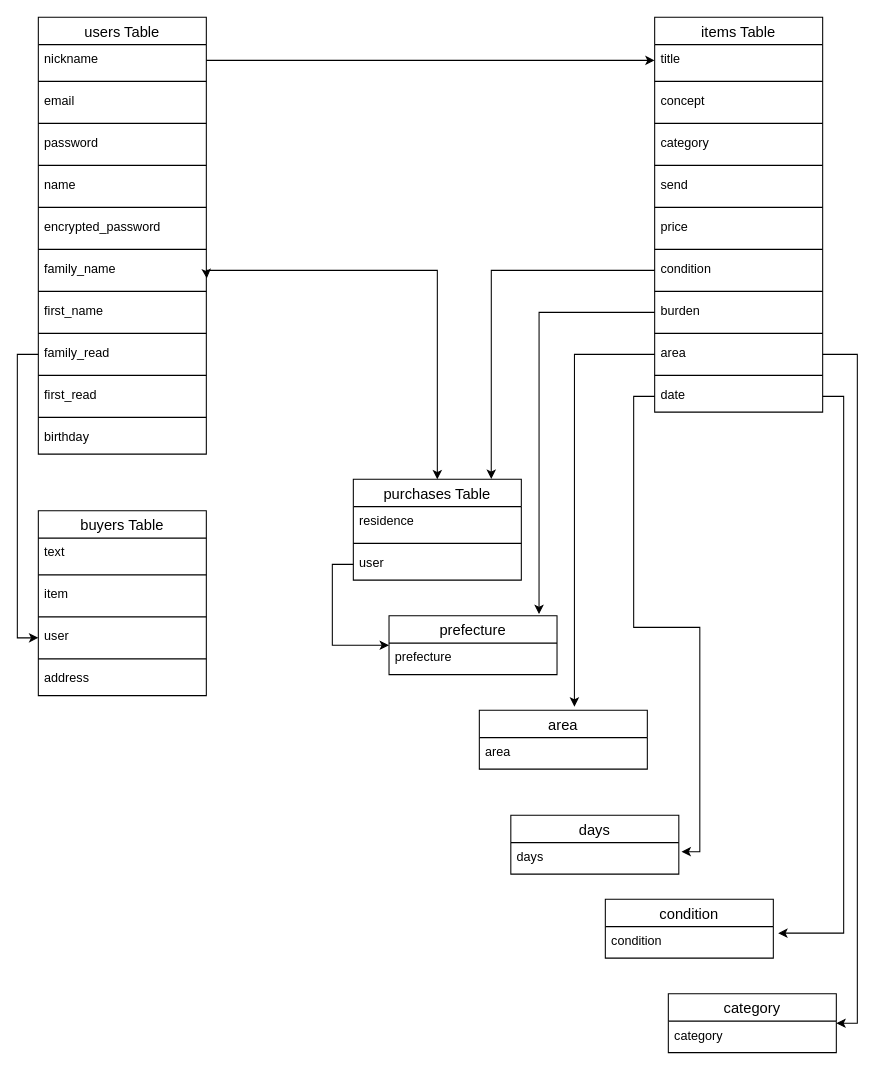
Before: test.dio in xingyoudeac/furima-34365, a draw.io diagram. Source tidied: cells renumbered, new cells numbered last; positions are measured from the earlier drawing's top-left corner, leaving out a move shared by most shapes. Both pictures are drawn from the tidied source at 105%, with x=0, y=0 at pixel (38, 17).
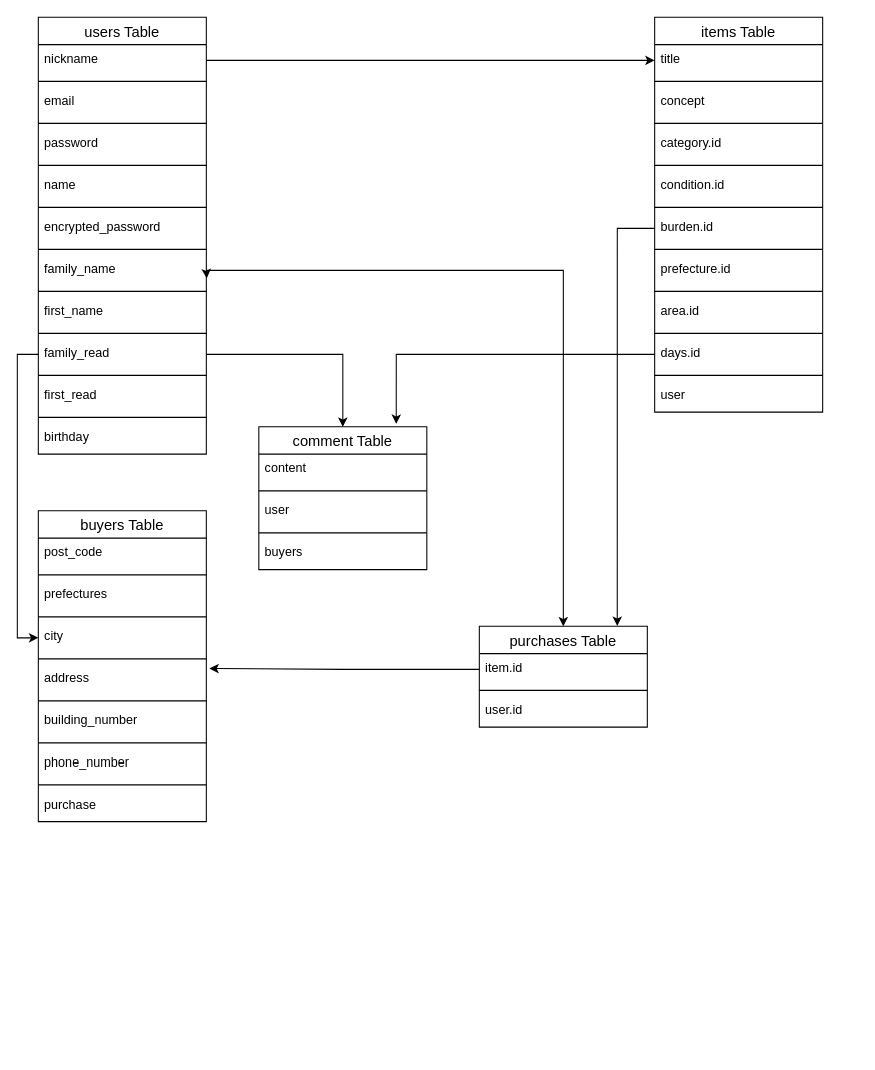
Above is the later version.

The change refers to these unchanged cells:
```xml
<mxCell id="17" value="family_read" style="text;strokeColor=none;fillColor=none;spacingLeft=4;spacingRight=4;overflow=hidden;points=[[0,0.5],[1,0.5]];portConstraint=eastwest;fontSize=12;" parent="2" vertex="1">
  <mxGeometry y="306" width="160" height="30" as="geometry" />
</mxCell>
<mxCell id="23" value="items Table" style="swimlane;fontStyle=0;horizontal=1;startSize=26;align=center;fontSize=14;" parent="1" vertex="1">
  <mxGeometry x="587" width="160" height="376" as="geometry" />
</mxCell>
<mxCell id="49" value="address" style="text;strokeColor=none;fillColor=none;spacingLeft=4;spacingRight=4;overflow=hidden;points=[[0,0.5],[1,0.5]];portConstraint=eastwest;fontSize=12;" parent="42" vertex="1">
  <mxGeometry y="146" width="160" height="30" as="geometry" />
</mxCell>
```

The edit, as a diff of the source:
```diff
@@
-    <mxCell id="28" value="category" style="text;strokeColor=none;fillColor=none;spacingLeft=4;spacingRight=4;overflow=hidden;fontSize=12;" parent="23" vertex="1">
+    <mxCell id="28" value="category.id" style="text;strokeColor=none;fillColor=none;spacingLeft=4;spacingRight=4;overflow=hidden;fontSize=12;" parent="23" vertex="1">
       <mxGeometry y="106" width="160" height="30" as="geometry" />
     </mxCell>
@@
-    <mxCell id="30" value="send" style="text;strokeColor=none;fillColor=none;spacingLeft=4;spacingRight=4;overflow=hidden;points=[[0,0.5],[1,0.5]];portConstraint=eastwest;fontSize=12;" parent="23" vertex="1">
-      <mxGeometry y="146" width="160" height="30" as="geometry" />
-    </mxCell>
-    <mxCell id="31" style="line;strokeWidth=1;dashed=0;labelPosition=right;align=left;verticalAlign=middle;spacingTop=0;spacingLeft=6;" parent="23" vertex="1">
-      <mxGeometry y="176" width="160" height="10" as="geometry" />
-    </mxCell>
-    <mxCell id="32" value="price" style="text;strokeColor=none;fillColor=none;spacingLeft=4;spacingRight=4;overflow=hidden;fontSize=12;" parent="23" vertex="1">
-      <mxGeometry y="186" width="160" height="30" as="geometry" />
+    <mxCell id="32" value="condition.id" style="text;strokeColor=none;fillColor=none;spacingLeft=4;spacingRight=4;overflow=hidden;fontSize=12;" parent="23" vertex="1">
+      <mxGeometry y="146" width="160" height="30" as="geometry" />
     </mxCell>
-    <mxCell id="33" style="edgeStyle=none;rounded=0;orthogonalLoop=1;jettySize=auto;html=1;exitX=0;exitY=0.5;exitDx=0;exitDy=0;entryX=0;entryY=0.5;entryDx=0;entryDy=0;startArrow=none;startFill=0;strokeColor=#f0f0f0;" parent="23" edge="1" source="30" target="30">
-      <mxGeometry relative="1" as="geometry" />
+    <mxCell id="33" style="edgeStyle=none;rounded=0;orthogonalLoop=1;jettySize=auto;html=1;exitX=0;exitY=0.5;exitDx=0;exitDy=0;entryX=0;entryY=0.5;entryDx=0;entryDy=0;startArrow=none;startFill=0;strokeColor=#f0f0f0;" parent="23" edge="1">
+      <mxGeometry relative="1" as="geometry">
+        <mxPoint y="161" as="sourcePoint" />
+        <mxPoint y="161" as="targetPoint" />
+      </mxGeometry>
     </mxCell>
     <mxCell id="34" style="line;strokeWidth=1;dashed=0;labelPosition=right;align=left;verticalAlign=middle;spacingTop=0;spacingLeft=6;" parent="23" vertex="1">
-      <mxGeometry y="216" width="160" height="10" as="geometry" />
+      <mxGeometry y="176" width="160" height="10" as="geometry" />
     </mxCell>
-    <mxCell id="35" value="condition" style="text;strokeColor=none;fillColor=none;spacingLeft=4;spacingRight=4;overflow=hidden;points=[[0,0.5],[1,0.5]];portConstraint=eastwest;fontSize=12;" parent="23" vertex="1">
-      <mxGeometry y="226" width="160" height="30" as="geometry" />
+    <mxCell id="35" value="burden.id" style="text;strokeColor=none;fillColor=none;spacingLeft=4;spacingRight=4;overflow=hidden;points=[[0,0.5],[1,0.5]];portConstraint=eastwest;fontSize=12;" parent="23" vertex="1">
+      <mxGeometry y="186" width="160" height="30" as="geometry" />
     </mxCell>
     <mxCell id="36" style="line;strokeWidth=1;dashed=0;labelPosition=right;align=left;verticalAlign=middle;spacingTop=0;spacingLeft=6;" parent="23" vertex="1">
-      <mxGeometry y="256" width="160" height="10" as="geometry" />
+      <mxGeometry y="216" width="160" height="10" as="geometry" />
     </mxCell>
-    <mxCell id="37" value="burden" style="text;strokeColor=none;fillColor=none;spacingLeft=4;spacingRight=4;overflow=hidden;points=[[0,0.5],[1,0.5]];portConstraint=eastwest;fontSize=12;" parent="23" vertex="1">
-      <mxGeometry y="266" width="160" height="30" as="geometry" />
+    <mxCell id="37" value="prefecture.id" style="text;strokeColor=none;fillColor=none;spacingLeft=4;spacingRight=4;overflow=hidden;points=[[0,0.5],[1,0.5]];portConstraint=eastwest;fontSize=12;" parent="23" vertex="1">
+      <mxGeometry y="226" width="160" height="30" as="geometry" />
     </mxCell>
     <mxCell id="38" style="line;strokeWidth=1;dashed=0;labelPosition=right;align=left;verticalAlign=middle;spacingTop=0;spacingLeft=6;" parent="23" vertex="1">
-      <mxGeometry y="296" width="160" height="10" as="geometry" />
+      <mxGeometry y="256" width="160" height="10" as="geometry" />
     </mxCell>
-    <mxCell id="39" value="area" style="text;strokeColor=none;fillColor=none;spacingLeft=4;spacingRight=4;overflow=hidden;points=[[0,0.5],[1,0.5]];portConstraint=eastwest;fontSize=12;" parent="23" vertex="1">
-      <mxGeometry y="306" width="160" height="30" as="geometry" />
+    <mxCell id="39" value="area.id" style="text;strokeColor=none;fillColor=none;spacingLeft=4;spacingRight=4;overflow=hidden;points=[[0,0.5],[1,0.5]];portConstraint=eastwest;fontSize=12;" parent="23" vertex="1">
+      <mxGeometry y="266" width="160" height="30" as="geometry" />
     </mxCell>
     <mxCell id="40" style="line;strokeWidth=1;dashed=0;labelPosition=right;align=left;verticalAlign=middle;spacingTop=0;spacingLeft=6;" parent="23" vertex="1">
-      <mxGeometry y="336" width="160" height="10" as="geometry" />
+      <mxGeometry y="296" width="160" height="10" as="geometry" />
     </mxCell>
-    <mxCell id="41" value="date" style="text;strokeColor=none;fillColor=none;spacingLeft=4;spacingRight=4;overflow=hidden;points=[[0,0.5],[1,0.5]];portConstraint=eastwest;fontSize=12;" parent="23" vertex="1">
-      <mxGeometry y="346" width="160" height="30" as="geometry" />
+    <mxCell id="41" value="days.id" style="text;strokeColor=none;fillColor=none;spacingLeft=4;spacingRight=4;overflow=hidden;points=[[0,0.5],[1,0.5]];portConstraint=eastwest;fontSize=12;" parent="23" vertex="1">
+      <mxGeometry y="306" width="160" height="30" as="geometry" />
     </mxCell>
+    <mxCell id="74" style="line;strokeWidth=1;dashed=0;labelPosition=right;align=left;verticalAlign=middle;spacingTop=0;spacingLeft=6;" parent="23" vertex="1">
+      <mxGeometry y="336" width="160" height="10" as="geometry" />
+    </mxCell>
+    <mxCell id="75" value="user" style="text;strokeColor=none;fillColor=none;spacingLeft=4;spacingRight=4;overflow=hidden;fontSize=12;" parent="23" vertex="1">
+      <mxGeometry y="346" width="160" height="30" as="geometry" />
+    </mxCell>
     <mxCell id="42" value="buyers Table" style="swimlane;fontStyle=0;horizontal=1;startSize=26;align=center;fontSize=14;" parent="1" vertex="1">
-      <mxGeometry y="470" width="160" height="176" as="geometry" />
+      <mxGeometry y="470" width="160" height="296" as="geometry" />
     </mxCell>
-    <mxCell id="43" value="text" style="text;strokeColor=none;fillColor=none;spacingLeft=4;spacingRight=4;overflow=hidden;fontSize=12;" parent="42" vertex="1">
+    <mxCell id="43" value="post_code" style="text;strokeColor=none;fillColor=none;spacingLeft=4;spacingRight=4;overflow=hidden;fontSize=12;" parent="42" vertex="1">
       <mxGeometry y="26" width="160" height="30" as="geometry" />
     </mxCell>
@@
-    <mxCell id="45" value="item" style="text;strokeColor=none;fillColor=none;spacingLeft=4;spacingRight=4;overflow=hidden;fontSize=12;" parent="42" vertex="1">
+    <mxCell id="45" value="prefectures" style="text;strokeColor=none;fillColor=none;spacingLeft=4;spacingRight=4;overflow=hidden;fontSize=12;" parent="42" vertex="1">
       <mxGeometry y="66" width="160" height="30" as="geometry" />
     </mxCell>
@@
-    <mxCell id="47" value="user" style="text;strokeColor=none;fillColor=none;spacingLeft=4;spacingRight=4;overflow=hidden;points=[[0,0.5],[1,0.5]];portConstraint=eastwest;fontSize=12;" parent="42" vertex="1">
+    <mxCell id="47" value="city" style="text;strokeColor=none;fillColor=none;spacingLeft=4;spacingRight=4;overflow=hidden;points=[[0,0.5],[1,0.5]];portConstraint=eastwest;fontSize=12;" parent="42" vertex="1">
       <mxGeometry y="106" width="160" height="30" as="geometry" />
     </mxCell>
@@
+    <mxCell id="31" style="line;strokeWidth=1;dashed=0;labelPosition=right;align=left;verticalAlign=middle;spacingTop=0;spacingLeft=6;" parent="42" vertex="1">
+      <mxGeometry y="176" width="160" height="10" as="geometry" />
+    </mxCell>
+    <mxCell id="76" value="building_number" style="text;strokeColor=none;fillColor=none;spacingLeft=4;spacingRight=4;overflow=hidden;fontSize=12;" parent="42" vertex="1">
+      <mxGeometry y="186" width="160" height="30" as="geometry" />
+    </mxCell>
+    <mxCell id="77" style="line;strokeWidth=1;dashed=0;labelPosition=right;align=left;verticalAlign=middle;spacingTop=0;spacingLeft=6;" parent="42" vertex="1">
+      <mxGeometry y="216" width="160" height="10" as="geometry" />
+    </mxCell>
+    <mxCell id="78" value="phone_number" style="text;strokeColor=none;fillColor=none;spacingLeft=4;spacingRight=4;overflow=hidden;fontSize=12;" parent="42" vertex="1">
+      <mxGeometry y="226" width="160" height="30" as="geometry" />
+    </mxCell>
+    <mxCell id="79" style="line;strokeWidth=1;dashed=0;labelPosition=right;align=left;verticalAlign=middle;spacingTop=0;spacingLeft=6;" parent="42" vertex="1">
+      <mxGeometry y="256" width="160" height="10" as="geometry" />
+    </mxCell>
+    <mxCell id="80" value="purchase" style="text;strokeColor=none;fillColor=none;spacingLeft=4;spacingRight=4;overflow=hidden;fontSize=12;" parent="42" vertex="1">
+      <mxGeometry y="266" width="160" height="30" as="geometry" />
+    </mxCell>
     <mxCell id="50" value="purchases Table" style="swimlane;fontStyle=0;horizontal=1;startSize=26;align=center;fontSize=14;" parent="1" vertex="1">
-      <mxGeometry x="300" y="440" width="160" height="96" as="geometry" />
+      <mxGeometry x="420" y="580" width="160" height="96" as="geometry" />
     </mxCell>
-    <mxCell id="51" value="residence" style="text;strokeColor=none;fillColor=none;spacingLeft=4;spacingRight=4;overflow=hidden;points=[[0,0.5],[1,0.5]];portConstraint=eastwest;fontSize=12;" parent="50" vertex="1">
+    <mxCell id="51" value="item.id" style="text;strokeColor=none;fillColor=none;spacingLeft=4;spacingRight=4;overflow=hidden;points=[[0,0.5],[1,0.5]];portConstraint=eastwest;fontSize=12;" parent="50" vertex="1">
       <mxGeometry y="26" width="160" height="30" as="geometry" />
     </mxCell>
@@
-    <mxCell id="53" value="user" style="text;strokeColor=none;fillColor=none;spacingLeft=4;spacingRight=4;overflow=hidden;points=[[0,0.5],[1,0.5]];portConstraint=eastwest;fontSize=12;" parent="50" vertex="1">
+    <mxCell id="53" value="user.id" style="text;strokeColor=none;fillColor=none;spacingLeft=4;spacingRight=4;overflow=hidden;points=[[0,0.5],[1,0.5]];portConstraint=eastwest;fontSize=12;" parent="50" vertex="1">
       <mxGeometry y="66" width="160" height="30" as="geometry" />
     </mxCell>
@@
-    <mxCell id="57" value="category" style="swimlane;fontStyle=0;horizontal=1;startSize=26;align=center;fontSize=14;" parent="1" vertex="1">
-      <mxGeometry x="600" y="930" width="160" height="56" as="geometry" />
-    </mxCell>
-    <mxCell id="58" value="category" style="text;strokeColor=none;fillColor=none;spacingLeft=4;spacingRight=4;overflow=hidden;fontSize=12;" parent="57" vertex="1">
-      <mxGeometry y="26" width="160" height="30" as="geometry" />
-    </mxCell>
-    <mxCell id="59" value="condition" style="swimlane;fontStyle=0;horizontal=1;startSize=26;align=center;fontSize=14;" parent="1" vertex="1">
-      <mxGeometry x="540" y="840" width="160" height="56" as="geometry" />
-    </mxCell>
-    <mxCell id="60" value="condition" style="text;strokeColor=none;fillColor=none;spacingLeft=4;spacingRight=4;overflow=hidden;points=[[0,0.5],[1,0.5]];portConstraint=eastwest;fontSize=12;" parent="59" vertex="1">
-      <mxGeometry y="26" width="160" height="30" as="geometry" />
-    </mxCell>
-    <mxCell id="61" value="area" style="swimlane;fontStyle=0;horizontal=1;startSize=26;align=center;fontSize=14;" parent="1" vertex="1">
-      <mxGeometry x="420" y="660" width="160" height="56" as="geometry" />
-    </mxCell>
-    <mxCell id="62" value="area" style="text;strokeColor=none;fillColor=none;spacingLeft=4;spacingRight=4;overflow=hidden;fontSize=12;" parent="61" vertex="1">
-      <mxGeometry y="26" width="160" height="30" as="geometry" />
-    </mxCell>
-    <mxCell id="63" value="days" style="swimlane;fontStyle=0;horizontal=1;startSize=26;align=center;fontSize=14;" parent="1" vertex="1">
-      <mxGeometry x="450" y="760" width="160" height="56" as="geometry" />
-    </mxCell>
-    <mxCell id="64" value="days" style="text;strokeColor=none;fillColor=none;spacingLeft=4;spacingRight=4;overflow=hidden;points=[[0,0.5],[1,0.5]];portConstraint=eastwest;fontSize=12;" parent="63" vertex="1">
-      <mxGeometry y="26" width="160" height="30" as="geometry" />
-    </mxCell>
-    <mxCell id="65" value="prefecture" style="swimlane;fontStyle=0;horizontal=1;startSize=26;align=center;fontSize=14;" parent="1" vertex="1">
-      <mxGeometry x="334" y="570" width="160" height="56" as="geometry" />
-    </mxCell>
-    <mxCell id="66" value="prefecture" style="text;strokeColor=none;fillColor=none;spacingLeft=4;spacingRight=4;overflow=hidden;fontSize=12;" parent="65" vertex="1">
-      <mxGeometry y="26" width="160" height="30" as="geometry" />
-    </mxCell>
-    <mxCell id="67" style="edgeStyle=orthogonalEdgeStyle;rounded=0;jettySize=auto;html=1;exitX=0;exitY=0.5;exitDx=0;exitDy=0;entryX=0.566;entryY=-0.061;entryDx=0;entryDy=0;entryPerimeter=0;" parent="1" edge="1" source="39" target="61">
-      <mxGeometry relative="1" as="geometry" />
-    </mxCell>
-    <mxCell id="68" style="edgeStyle=orthogonalEdgeStyle;rounded=0;jettySize=auto;html=1;exitX=0;exitY=0.5;exitDx=0;exitDy=0;entryX=1.016;entryY=0.287;entryDx=0;entryDy=0;entryPerimeter=0;" parent="1" edge="1" source="41" target="64">
-      <mxGeometry relative="1" as="geometry" />
-    </mxCell>
@@
-    <mxCell id="70" style="edgeStyle=orthogonalEdgeStyle;rounded=0;jettySize=auto;html=1;exitX=1;exitY=0.5;exitDx=0;exitDy=0;entryX=1.029;entryY=0.207;entryDx=0;entryDy=0;entryPerimeter=0;" parent="1" edge="1" source="41" target="60">
-      <mxGeometry relative="1" as="geometry" />
-    </mxCell>
-    <mxCell id="71" style="edgeStyle=orthogonalEdgeStyle;rounded=0;jettySize=auto;html=1;exitX=1;exitY=0.5;exitDx=0;exitDy=0;entryX=1;entryY=0.5;entryDx=0;entryDy=0;" parent="1" edge="1" source="39" target="57">
-      <mxGeometry relative="1" as="geometry" />
-    </mxCell>
-    <mxCell id="72" style="edgeStyle=orthogonalEdgeStyle;rounded=0;jettySize=auto;html=1;exitX=0;exitY=0.5;exitDx=0;exitDy=0;entryX=0;entryY=0.5;entryDx=0;entryDy=0;" parent="1" edge="1" source="53" target="65">
-      <mxGeometry relative="1" as="geometry" />
-    </mxCell>
-    <mxCell id="73" style="edgeStyle=orthogonalEdgeStyle;rounded=0;jettySize=auto;html=1;exitX=0;exitY=0.5;exitDx=0;exitDy=0;entryX=0.893;entryY=-0.029;entryDx=0;entryDy=0;entryPerimeter=0;" parent="1" edge="1" source="37" target="65">
-      <mxGeometry relative="1" as="geometry" />
+    <mxCell id="73" value="comment Table" style="swimlane;fontStyle=0;horizontal=1;startSize=26;align=center;fontSize=14;" parent="1" vertex="1">
+      <mxGeometry x="210" y="390" width="160" height="136" as="geometry" />
     </mxCell>
+    <mxCell id="81" value="content" style="text;strokeColor=none;fillColor=none;spacingLeft=4;spacingRight=4;overflow=hidden;fontSize=12;" parent="73" vertex="1">
+      <mxGeometry y="26" width="160" height="30" as="geometry" />
+    </mxCell>
+    <mxCell id="82" style="line;strokeWidth=1;dashed=0;labelPosition=right;align=left;verticalAlign=middle;spacingTop=0;spacingLeft=6;" parent="73" vertex="1">
+      <mxGeometry y="56" width="160" height="10" as="geometry" />
+    </mxCell>
+    <mxCell id="83" value="user" style="text;strokeColor=none;fillColor=none;spacingLeft=4;spacingRight=4;overflow=hidden;fontSize=12;" parent="73" vertex="1">
+      <mxGeometry y="66" width="160" height="30" as="geometry" />
+    </mxCell>
+    <mxCell id="84" style="line;strokeWidth=1;dashed=0;labelPosition=right;align=left;verticalAlign=middle;spacingTop=0;spacingLeft=6;" parent="73" vertex="1">
+      <mxGeometry y="96" width="160" height="10" as="geometry" />
+    </mxCell>
+    <mxCell id="85" value="buyers" style="text;strokeColor=none;fillColor=none;spacingLeft=4;spacingRight=4;overflow=hidden;fontSize=12;" parent="73" vertex="1">
+      <mxGeometry y="106" width="160" height="30" as="geometry" />
+    </mxCell>
+    <mxCell id="86" style="edgeStyle=orthogonalEdgeStyle;rounded=0;jettySize=auto;html=1;exitX=1;exitY=0.5;exitDx=0;exitDy=0;entryX=0.5;entryY=0;entryDx=0;entryDy=0;" parent="1" edge="1" source="17" target="73">
+      <mxGeometry relative="1" as="geometry" />
+    </mxCell>
+    <mxCell id="87" style="edgeStyle=orthogonalEdgeStyle;rounded=0;jettySize=auto;html=1;exitX=0;exitY=0.5;exitDx=0;exitDy=0;entryX=1.018;entryY=0.14;entryDx=0;entryDy=0;entryPerimeter=0;" parent="1" edge="1" source="51" target="49">
+      <mxGeometry relative="1" as="geometry" />
+    </mxCell>
+    <mxCell id="88" style="edgeStyle=orthogonalEdgeStyle;rounded=0;jettySize=auto;html=1;exitX=0;exitY=0.5;exitDx=0;exitDy=0;entryX=0.818;entryY=-0.021;entryDx=0;entryDy=0;entryPerimeter=0;" parent="1" edge="1" source="41" target="73">
+      <mxGeometry relative="1" as="geometry" />
+    </mxCell>
```
